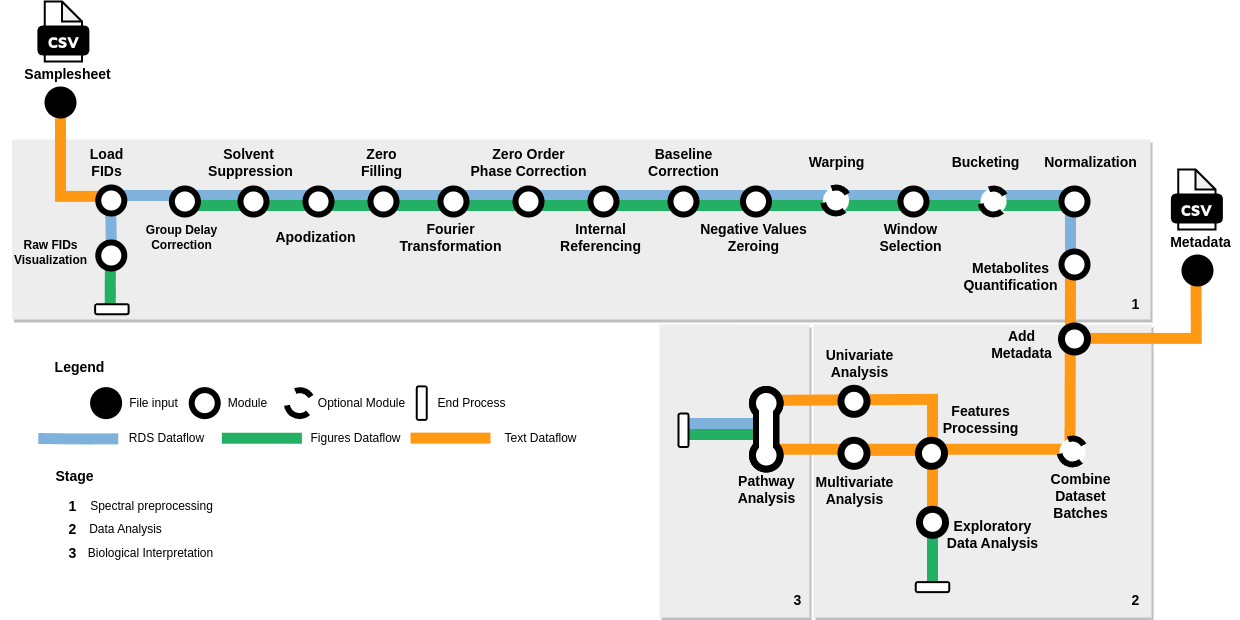
This is docs/NASQQ_Pipeline_Overview_drawio.png from ardigen/nasqq, a draw.io export, as it was before one commit. Source tidied: cells renumbered, new cells last; positions are measured from the earlier drawing's top-left corner, leaving out a move shared by most shapes.
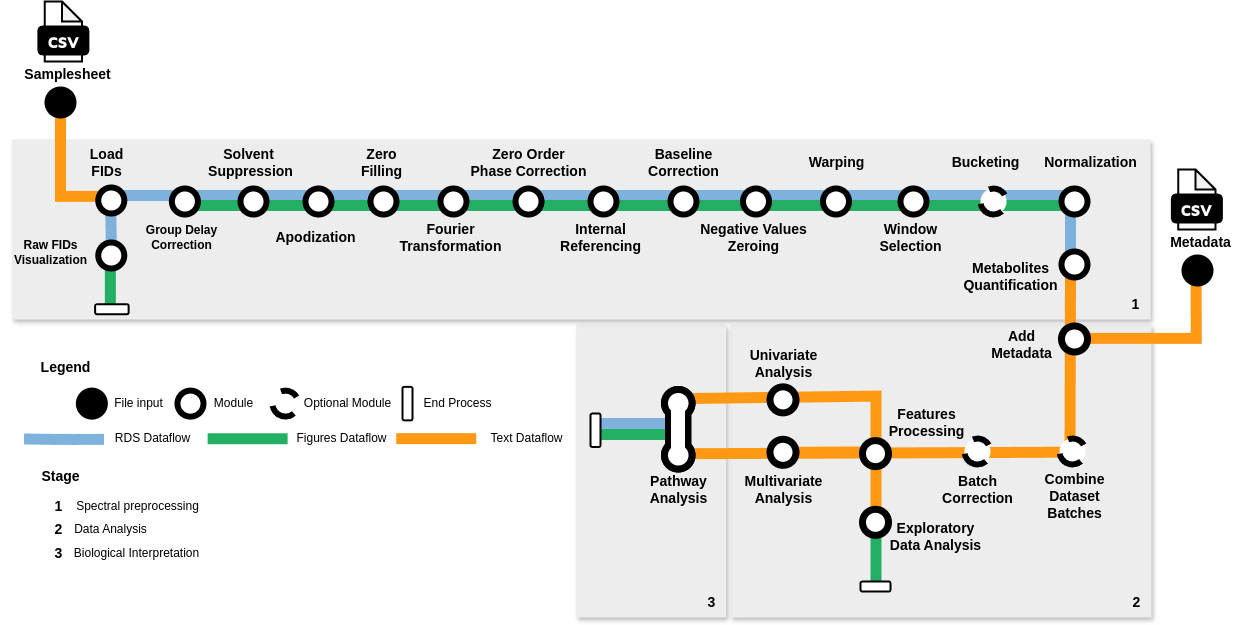
After the change.

Commit message:
Updated overview graph

Diff of the diagram source:
```diff
@@ -5,6 +5,6 @@
     <mxCell id="2" style="rounded=0;whiteSpace=wrap;html=1;strokeWidth=2;fillColor=#EDEDED;strokeColor=none;shadow=1;" parent="1" vertex="1">
-      <mxGeometry x="813" y="323" width="338" height="293" as="geometry" />
+      <mxGeometry x="730" y="323" width="421" height="293" as="geometry" />
     </mxCell>
     <mxCell id="3" style="rounded=0;whiteSpace=wrap;html=1;strokeWidth=2;fillColor=#EDEDED;strokeColor=none;shadow=1;" parent="1" vertex="1">
-      <mxGeometry x="659" y="323" width="150" height="293" as="geometry" />
+      <mxGeometry x="575.8" y="323" width="150" height="293" as="geometry" />
     </mxCell>
@@ -15,4 +15,4 @@
       <mxGeometry relative="1" as="geometry">
-        <mxPoint x="686" y="433" as="sourcePoint" />
-        <mxPoint x="777" y="433" as="targetPoint" />
+        <mxPoint x="598" y="433" as="sourcePoint" />
+        <mxPoint x="689" y="433" as="targetPoint" />
       </mxGeometry>
@@ -21,21 +21,12 @@
       <mxGeometry relative="1" as="geometry">
-        <mxPoint x="932" y="526.5" as="sourcePoint" />
-        <mxPoint x="932" y="584.8" as="targetPoint" />
+        <mxPoint x="875.5" y="525.1" as="sourcePoint" />
+        <mxPoint x="875.5" y="583.5" as="targetPoint" />
       </mxGeometry>
     </mxCell>
-    <mxCell id="7" style="endArrow=none;html=1;rounded=0;strokeWidth=11;strokeColor=#FF9914;startFill=0;endFill=0;anchorPointDirection=0;noJump=1;endSize=4;" parent="1" edge="1">
-      <mxGeometry relative="1" as="geometry">
-        <mxPoint x="932" y="440.8" as="sourcePoint" />
-        <mxPoint x="772" y="398.8" as="targetPoint" />
-        <Array as="points">
-          <mxPoint x="932" y="397.8" />
-        </Array>
-      </mxGeometry>
-    </mxCell>
     <mxCell id="8" style="endArrow=none;html=1;rounded=0;strokeWidth=11;strokeColor=#FF9914;startFill=0;endFill=0;anchorPointDirection=0;noJump=1;endSize=4;" parent="1" edge="1">
       <mxGeometry relative="1" as="geometry">
-        <mxPoint x="932" y="518.8" as="sourcePoint" />
-        <mxPoint x="864" y="448.8" as="targetPoint" />
+        <mxPoint x="875.5" y="520.4" as="sourcePoint" />
+        <mxPoint x="790" y="450.8" as="targetPoint" />
         <Array as="points">
-          <mxPoint x="932" y="448.8" />
+          <mxPoint x="875.5" y="450.4" />
         </Array>
@@ -121,2 +112,5 @@
     </mxCell>
+    <mxCell id="110" style="ellipse;whiteSpace=wrap;html=1;rounded=1;rotation=0;strokeWidth=6;direction=south;" parent="1" vertex="1">
+      <mxGeometry x="822.5" y="187" width="26" height="26" as="geometry" />
+    </mxCell>
     <mxCell id="24" style="ellipse;whiteSpace=wrap;html=1;rounded=1;rotation=0;strokeWidth=6;direction=south;" parent="1" vertex="1">
@@ -185,21 +179,15 @@
     <mxCell id="45" value="&lt;b&gt;&lt;font style=&quot;font-size: 14px;&quot; face=&quot;Maven Pro Bold (700)&quot;&gt;Features&lt;br&gt;Processing&lt;br&gt;&lt;/font&gt;&lt;/b&gt;" style="text;html=1;align=center;verticalAlign=middle;strokeColor=none;fillColor=none;" parent="1" vertex="1">
-      <mxGeometry x="930" y="393.1" width="100" height="50" as="geometry" />
+      <mxGeometry x="875.5" y="395.5" width="100" height="50" as="geometry" />
     </mxCell>
     <mxCell id="46" value="&lt;b&gt;&lt;font style=&quot;font-size: 14px;&quot; face=&quot;Maven Pro Bold (700)&quot;&gt;Exploratory &lt;br&gt;Data Analysis&lt;br&gt;&lt;/font&gt;&lt;/b&gt;" style="text;html=1;align=center;verticalAlign=middle;strokeColor=none;fillColor=none;" parent="1" vertex="1">
-      <mxGeometry x="937" y="507.8" width="110" height="50" as="geometry" />
+      <mxGeometry x="880" y="510.4" width="110" height="50" as="geometry" />
     </mxCell>
-    <mxCell id="47" style="ellipse;whiteSpace=wrap;html=1;rounded=1;rotation=0;strokeWidth=7;direction=south;perimeterSpacing=0;" parent="1" vertex="1">
-      <mxGeometry x="840.5" y="386.8" width="26" height="26" as="geometry" />
-    </mxCell>
-    <mxCell id="48" style="ellipse;whiteSpace=wrap;html=1;rounded=1;rotation=0;strokeWidth=7;direction=south;perimeterSpacing=0;" parent="1" vertex="1">
-      <mxGeometry x="919" y="507.8" width="26" height="26" as="geometry" />
-    </mxCell>
     <mxCell id="49" value="&lt;b&gt;&lt;font style=&quot;font-size: 14px;&quot; face=&quot;Maven Pro Bold (700)&quot;&gt;Multivariate&lt;br&gt;Analysis&lt;br&gt;&lt;/font&gt;&lt;/b&gt;" style="text;html=1;align=center;verticalAlign=middle;strokeColor=none;fillColor=none;" parent="1" vertex="1">
-      <mxGeometry x="803.5" y="463.8" width="100" height="50" as="geometry" />
+      <mxGeometry x="732.5" y="462.7" width="100" height="50" as="geometry" />
     </mxCell>
     <mxCell id="50" value="&lt;b&gt;&lt;font style=&quot;font-size: 14px;&quot; face=&quot;Maven Pro Bold (700)&quot;&gt;Univariate&lt;br&gt;Analysis&lt;br&gt;&lt;/font&gt;&lt;/b&gt;" style="text;html=1;align=center;verticalAlign=middle;strokeColor=none;fillColor=none;" parent="1" vertex="1">
-      <mxGeometry x="813.5" y="336.8" width="90" height="50" as="geometry" />
+      <mxGeometry x="737.5" y="337.1" width="90" height="50" as="geometry" />
     </mxCell>
     <mxCell id="51" value="&lt;b&gt;&lt;font style=&quot;font-size: 14px;&quot; face=&quot;Maven Pro Bold (700)&quot;&gt;Pathway &lt;br&gt;Analysis&lt;br&gt;&lt;/font&gt;&lt;/b&gt;" style="text;html=1;align=center;verticalAlign=middle;strokeColor=none;fillColor=none;" parent="1" vertex="1">
-      <mxGeometry x="725.8" y="463" width="80" height="50" as="geometry" />
+      <mxGeometry x="637.8" y="462.7" width="80" height="50" as="geometry" />
     </mxCell>
@@ -207,4 +195,4 @@
       <mxGeometry relative="1" as="geometry">
-        <mxPoint x="37.8" y="437" as="sourcePoint" />
-        <mxPoint x="117.8" y="437.3" as="targetPoint" />
+        <mxPoint x="23.5" y="437.5" as="sourcePoint" />
+        <mxPoint x="103.5" y="437.8" as="targetPoint" />
       </mxGeometry>
@@ -213,4 +201,4 @@
       <mxGeometry relative="1" as="geometry">
-        <mxPoint x="221.4" y="436.8" as="sourcePoint" />
-        <mxPoint x="301.4" y="436.8" as="targetPoint" />
+        <mxPoint x="207.1" y="437.3" as="sourcePoint" />
+        <mxPoint x="287.1" y="437.3" as="targetPoint" />
       </mxGeometry>
@@ -218,27 +206,27 @@
     <mxCell id="54" style="ellipse;whiteSpace=wrap;html=1;rounded=1;rotation=0;strokeWidth=6;fillColor=#000000;direction=south;" parent="1" vertex="1">
-      <mxGeometry x="92.6" y="388.6" width="26" height="26" as="geometry" />
+      <mxGeometry x="78.4" y="389.1" width="26" height="26" as="geometry" />
     </mxCell>
     <mxCell id="55" value="&lt;b&gt;&lt;font style=&quot;font-size: 14px;&quot; face=&quot;Maven Pro Bold (700)&quot;&gt;Legend&lt;/font&gt;&lt;/b&gt;" style="text;html=1;align=center;verticalAlign=middle;strokeColor=none;fillColor=none;" parent="1" vertex="1">
-      <mxGeometry x="44" y="350.5" width="70" height="30" as="geometry" />
+      <mxGeometry x="29.8" y="351" width="70" height="30" as="geometry" />
     </mxCell>
     <mxCell id="56" value="File input" style="text;html=1;align=center;verticalAlign=middle;strokeColor=none;fillColor=none;" parent="1" vertex="1">
-      <mxGeometry x="117.6" y="386.6" width="70" height="30" as="geometry" />
+      <mxGeometry x="103.4" y="387.1" width="70" height="30" as="geometry" />
     </mxCell>
     <mxCell id="57" value="End Process" style="text;html=1;align=center;verticalAlign=middle;strokeColor=none;fillColor=none;" parent="1" vertex="1">
-      <mxGeometry x="426.2" y="386.6" width="90" height="30" as="geometry" />
+      <mxGeometry x="412" y="387.1" width="90" height="30" as="geometry" />
     </mxCell>
     <mxCell id="58" value="RDS Dataflow" style="text;html=1;align=center;verticalAlign=middle;strokeColor=none;fillColor=none;" parent="1" vertex="1">
-      <mxGeometry x="116.4" y="422" width="100" height="30" as="geometry" />
+      <mxGeometry x="102.1" y="422.5" width="100" height="30" as="geometry" />
     </mxCell>
     <mxCell id="59" value="Figures Dataflow" style="text;html=1;align=center;verticalAlign=middle;strokeColor=none;fillColor=none;" parent="1" vertex="1">
-      <mxGeometry x="300" y="422" width="110" height="30" as="geometry" />
+      <mxGeometry x="285.8" y="422.5" width="110" height="30" as="geometry" />
     </mxCell>
     <mxCell id="60" value="Text Dataflow" style="text;html=1;align=center;verticalAlign=middle;strokeColor=none;fillColor=none;" parent="1" vertex="1">
-      <mxGeometry x="490" y="422" width="100" height="30" as="geometry" />
+      <mxGeometry x="475.8" y="422.5" width="100" height="30" as="geometry" />
     </mxCell>
     <mxCell id="61" style="ellipse;whiteSpace=wrap;html=1;rounded=1;rotation=0;strokeWidth=6;direction=south;" parent="1" vertex="1">
-      <mxGeometry x="191.2" y="388.6" width="26" height="26" as="geometry" />
+      <mxGeometry x="177" y="389.1" width="26" height="26" as="geometry" />
     </mxCell>
     <mxCell id="62" value="Module" style="text;html=1;align=center;verticalAlign=middle;strokeColor=none;fillColor=none;" parent="1" vertex="1">
-      <mxGeometry x="217.2" y="386.6" width="60" height="30" as="geometry" />
+      <mxGeometry x="203" y="387.1" width="60" height="30" as="geometry" />
     </mxCell>
@@ -263,6 +251,6 @@
     <mxCell id="67" style="ellipse;whiteSpace=wrap;html=1;rounded=1;rotation=0;strokeWidth=6;direction=south;fixDash=0;dashed=1;" parent="1" vertex="1">
-      <mxGeometry x="286.2" y="388.6" width="26" height="26" as="geometry" />
+      <mxGeometry x="272" y="389.1" width="26" height="26" as="geometry" />
     </mxCell>
     <mxCell id="68" value="Optional Module" style="text;html=1;align=center;verticalAlign=middle;strokeColor=none;fillColor=none;" parent="1" vertex="1">
-      <mxGeometry x="306.2" y="386.6" width="110" height="30" as="geometry" />
+      <mxGeometry x="292" y="387.1" width="110" height="30" as="geometry" />
     </mxCell>
@@ -276,4 +264,4 @@
       <mxGeometry relative="1" as="geometry">
-        <mxPoint x="410" y="436.6" as="sourcePoint" />
-        <mxPoint x="490" y="436.6" as="targetPoint" />
+        <mxPoint x="395.8" y="437.1" as="sourcePoint" />
+        <mxPoint x="475.8" y="437.1" as="targetPoint" />
       </mxGeometry>
@@ -293,16 +281,16 @@
     <mxCell id="76" value="&lt;b&gt;&lt;font style=&quot;font-size: 14px;&quot; face=&quot;Maven Pro Bold (700)&quot;&gt;Combine &lt;br&gt;Dataset&lt;br&gt;Batches&lt;br&gt;&lt;/font&gt;&lt;/b&gt;" style="text;html=1;align=center;verticalAlign=middle;strokeColor=none;fillColor=none;" parent="1" vertex="1">
-      <mxGeometry x="1040" y="464.8" width="80" height="60" as="geometry" />
+      <mxGeometry x="1034" y="465.1" width="80" height="60" as="geometry" />
     </mxCell>
     <mxCell id="77" style="rounded=1;whiteSpace=wrap;html=1;strokeWidth=2;rotation=-90;" parent="1" vertex="1">
-      <mxGeometry x="927" y="568.8" width="10" height="33.5" as="geometry" />
+      <mxGeometry x="870" y="570" width="10" height="30" as="geometry" />
     </mxCell>
     <mxCell id="78" style="rounded=1;whiteSpace=wrap;html=1;strokeWidth=2;rotation=-180;" parent="1" vertex="1">
-      <mxGeometry x="416.2" y="384.9" width="10" height="33.5" as="geometry" />
+      <mxGeometry x="402" y="385.4" width="10" height="33.5" as="geometry" />
     </mxCell>
-    <mxCell id="79" style="endArrow=none;html=1;rounded=0;strokeWidth=11;strokeColor=#FF9914;startFill=0;endFill=0;anchorPointDirection=0;noJump=1;endSize=4;" parent="1" edge="1">
+    <mxCell id="79" style="endArrow=none;html=1;rounded=0;strokeWidth=11;strokeColor=#FF9914;startFill=0;endFill=0;anchorPointDirection=0;noJump=1;endSize=4;exitX=0.96;exitY=0.335;exitDx=0;exitDy=0;exitPerimeter=0;" parent="1" edge="1">
       <mxGeometry relative="1" as="geometry">
-        <mxPoint x="779.5" y="447.7" as="sourcePoint" />
-        <mxPoint x="1070" y="268" as="targetPoint" />
+        <mxPoint x="690.4" y="452.2" as="sourcePoint" />
+        <mxPoint x="1070" y="271" as="targetPoint" />
         <Array as="points">
-          <mxPoint x="1069.5" y="447.7" />
+          <mxPoint x="1069.5" y="450.7" />
         </Array>
@@ -319,10 +307,51 @@
     </mxCell>
-    <mxCell id="83" style="ellipse;whiteSpace=wrap;html=1;rounded=1;rotation=0;strokeWidth=7;direction=south;perimeterSpacing=0;" parent="1" vertex="1">
-      <mxGeometry x="918" y="438.8" width="26" height="26" as="geometry" />
-    </mxCell>
     <mxCell id="84" style="ellipse;whiteSpace=wrap;html=1;rounded=1;rotation=0;strokeWidth=7;direction=south;perimeterSpacing=0;" parent="1" vertex="1">
-      <mxGeometry x="840.5" y="438.8" width="26" height="26" as="geometry" />
+      <mxGeometry x="769.5" y="437.8" width="26" height="26" as="geometry" />
     </mxCell>
+    <mxCell id="99" value="&lt;b&gt;&lt;font style=&quot;font-size: 14px;&quot; face=&quot;Maven Pro Bold (700)&quot;&gt;2&lt;br&gt;&lt;/font&gt;&lt;/b&gt;" style="text;html=1;align=center;verticalAlign=middle;strokeColor=none;fillColor=none;" parent="1" vertex="1">
+      <mxGeometry x="1121" y="586" width="30" height="30" as="geometry" />
+    </mxCell>
+    <mxCell id="100" value="&lt;b&gt;&lt;font style=&quot;font-size: 14px;&quot; face=&quot;Maven Pro Bold (700)&quot;&gt;3&lt;br&gt;&lt;/font&gt;&lt;/b&gt;" style="text;html=1;align=center;verticalAlign=middle;strokeColor=none;fillColor=none;" parent="1" vertex="1">
+      <mxGeometry x="695.8" y="586" width="30" height="30" as="geometry" />
+    </mxCell>
+    <mxCell id="101" value="&lt;b&gt;&lt;font style=&quot;font-size: 14px;&quot; face=&quot;Maven Pro Bold (700)&quot;&gt;1&lt;br&gt;&lt;/font&gt;&lt;/b&gt;" style="text;html=1;align=center;verticalAlign=middle;strokeColor=none;fillColor=none;" parent="1" vertex="1">
+      <mxGeometry x="1120" y="288" width="30" height="30" as="geometry" />
+    </mxCell>
+    <mxCell id="102" value="&lt;b&gt;&lt;font style=&quot;font-size: 14px;&quot; face=&quot;Maven Pro Bold (700)&quot;&gt;Stage&lt;/font&gt;&lt;/b&gt;" style="text;html=1;align=center;verticalAlign=middle;strokeColor=none;fillColor=none;" parent="1" vertex="1">
+      <mxGeometry x="29.8" y="460.4" width="60" height="30" as="geometry" />
+    </mxCell>
+    <mxCell id="103" value="&lt;b&gt;&lt;font style=&quot;font-size: 14px;&quot; face=&quot;Maven Pro Bold (700)&quot;&gt;1&lt;br&gt;&lt;/font&gt;&lt;/b&gt;" style="text;html=1;align=center;verticalAlign=middle;strokeColor=none;fillColor=none;" parent="1" vertex="1">
+      <mxGeometry x="42.6" y="490.4" width="30" height="30" as="geometry" />
+    </mxCell>
+    <mxCell id="104" value="&lt;b&gt;&lt;font style=&quot;font-size: 14px;&quot; face=&quot;Maven Pro Bold (700)&quot;&gt;2&lt;br&gt;&lt;/font&gt;&lt;/b&gt;" style="text;html=1;align=center;verticalAlign=middle;strokeColor=none;fillColor=none;" parent="1" vertex="1">
+      <mxGeometry x="42.6" y="513.2" width="30" height="30" as="geometry" />
+    </mxCell>
+    <mxCell id="105" value="&lt;b&gt;&lt;font style=&quot;font-size: 14px;&quot; face=&quot;Maven Pro Bold (700)&quot;&gt;3&lt;br&gt;&lt;/font&gt;&lt;/b&gt;" style="text;html=1;align=center;verticalAlign=middle;strokeColor=none;fillColor=none;" parent="1" vertex="1">
+      <mxGeometry x="42.6" y="537.2" width="30" height="30" as="geometry" />
+    </mxCell>
+    <mxCell id="106" value="Spectral preprocessing" style="text;html=1;align=center;verticalAlign=middle;strokeColor=none;fillColor=none;" parent="1" vertex="1">
+      <mxGeometry x="62.1" y="490.4" width="150" height="30" as="geometry" />
+    </mxCell>
+    <mxCell id="107" value="Data Analysis" style="text;html=1;align=center;verticalAlign=middle;strokeColor=none;fillColor=none;" parent="1" vertex="1">
+      <mxGeometry x="60.4" y="513.2" width="100" height="30" as="geometry" />
+    </mxCell>
+    <mxCell id="108" value="Biological Interpretation" style="text;html=1;align=center;verticalAlign=middle;strokeColor=none;fillColor=none;" parent="1" vertex="1">
+      <mxGeometry x="61" y="537.2" width="150" height="30" as="geometry" />
+    </mxCell>
+    <mxCell id="111" value="&lt;b&gt;&lt;font style=&quot;font-size: 14px;&quot; face=&quot;Maven Pro Bold (700)&quot;&gt;Batch&lt;br&gt;Correction&lt;/font&gt;&lt;/b&gt;" style="text;html=1;align=center;verticalAlign=middle;strokeColor=none;fillColor=none;" parent="1" vertex="1">
+      <mxGeometry x="932" y="462.7" width="90" height="50" as="geometry" />
+    </mxCell>
+    <mxCell id="112" style="ellipse;whiteSpace=wrap;html=1;rounded=1;rotation=0;strokeWidth=6;direction=south;fixDash=0;dashed=1;" parent="1" vertex="1">
+      <mxGeometry x="964" y="437" width="26" height="26" as="geometry" />
+    </mxCell>
+    <mxCell id="113" style="endArrow=none;html=1;rounded=0;strokeWidth=11;strokeColor=#FF9914;startFill=0;endFill=0;anchorPointDirection=0;noJump=1;endSize=4;entryX=0.945;entryY=0.327;entryDx=0;entryDy=0;entryPerimeter=0;" parent="1" edge="1" target="93">
+      <mxGeometry relative="1" as="geometry">
+        <mxPoint x="875.5" y="464.6" as="sourcePoint" />
+        <Array as="points">
+          <mxPoint x="875.5" y="394.6" />
+        </Array>
+      </mxGeometry>
+    </mxCell>
     <mxCell id="85" style="group;strokeWidth=7;" parent="1" vertex="1">
-      <mxGeometry x="752" y="388" width="27.5" height="104" as="geometry" />
+      <mxGeometry x="664" y="388" width="27.5" height="104" as="geometry" />
     </mxCell>
@@ -367,38 +396,14 @@
     </mxCell>
+    <mxCell id="83" style="ellipse;whiteSpace=wrap;html=1;rounded=1;rotation=0;strokeWidth=7;direction=south;perimeterSpacing=0;" parent="1" vertex="1">
+      <mxGeometry x="862" y="439.1" width="26" height="26" as="geometry" />
+    </mxCell>
     <mxCell id="98" style="rounded=1;whiteSpace=wrap;html=1;strokeWidth=2;rotation=-180;" parent="1" vertex="1">
-      <mxGeometry x="678" y="412" width="10" height="33.5" as="geometry" />
+      <mxGeometry x="590" y="412" width="10" height="33.5" as="geometry" />
     </mxCell>
-    <mxCell id="99" value="&lt;b&gt;&lt;font style=&quot;font-size: 14px;&quot; face=&quot;Maven Pro Bold (700)&quot;&gt;2&lt;br&gt;&lt;/font&gt;&lt;/b&gt;" style="text;html=1;align=center;verticalAlign=middle;strokeColor=none;fillColor=none;" parent="1" vertex="1">
-      <mxGeometry x="1120" y="583.5" width="30" height="30" as="geometry" />
-    </mxCell>
-    <mxCell id="100" value="&lt;b&gt;&lt;font style=&quot;font-size: 14px;&quot; face=&quot;Maven Pro Bold (700)&quot;&gt;3&lt;br&gt;&lt;/font&gt;&lt;/b&gt;" style="text;html=1;align=center;verticalAlign=middle;strokeColor=none;fillColor=none;" parent="1" vertex="1">
-      <mxGeometry x="782" y="583.5" width="30" height="30" as="geometry" />
-    </mxCell>
-    <mxCell id="101" value="&lt;b&gt;&lt;font style=&quot;font-size: 14px;&quot; face=&quot;Maven Pro Bold (700)&quot;&gt;1&lt;br&gt;&lt;/font&gt;&lt;/b&gt;" style="text;html=1;align=center;verticalAlign=middle;strokeColor=none;fillColor=none;" parent="1" vertex="1">
-      <mxGeometry x="1120" y="288" width="30" height="30" as="geometry" />
-    </mxCell>
-    <mxCell id="102" value="&lt;b&gt;&lt;font style=&quot;font-size: 14px;&quot; face=&quot;Maven Pro Bold (700)&quot;&gt;Stage&lt;/font&gt;&lt;/b&gt;" style="text;html=1;align=center;verticalAlign=middle;strokeColor=none;fillColor=none;" parent="1" vertex="1">
-      <mxGeometry x="44" y="459.9" width="60" height="30" as="geometry" />
-    </mxCell>
-    <mxCell id="103" value="&lt;b&gt;&lt;font style=&quot;font-size: 14px;&quot; face=&quot;Maven Pro Bold (700)&quot;&gt;1&lt;br&gt;&lt;/font&gt;&lt;/b&gt;" style="text;html=1;align=center;verticalAlign=middle;strokeColor=none;fillColor=none;" parent="1" vertex="1">
-      <mxGeometry x="56.9" y="489.9" width="30" height="30" as="geometry" />
-    </mxCell>
-    <mxCell id="104" value="&lt;b&gt;&lt;font style=&quot;font-size: 14px;&quot; face=&quot;Maven Pro Bold (700)&quot;&gt;2&lt;br&gt;&lt;/font&gt;&lt;/b&gt;" style="text;html=1;align=center;verticalAlign=middle;strokeColor=none;fillColor=none;" parent="1" vertex="1">
-      <mxGeometry x="56.9" y="512.7" width="30" height="30" as="geometry" />
-    </mxCell>
-    <mxCell id="105" value="&lt;b&gt;&lt;font style=&quot;font-size: 14px;&quot; face=&quot;Maven Pro Bold (700)&quot;&gt;3&lt;br&gt;&lt;/font&gt;&lt;/b&gt;" style="text;html=1;align=center;verticalAlign=middle;strokeColor=none;fillColor=none;" parent="1" vertex="1">
-      <mxGeometry x="56.9" y="536.7" width="30" height="30" as="geometry" />
-    </mxCell>
-    <mxCell id="106" value="Spectral preprocessing" style="text;html=1;align=center;verticalAlign=middle;strokeColor=none;fillColor=none;" parent="1" vertex="1">
-      <mxGeometry x="76.4" y="489.9" width="150" height="30" as="geometry" />
-    </mxCell>
-    <mxCell id="107" value="Data Analysis" style="text;html=1;align=center;verticalAlign=middle;strokeColor=none;fillColor=none;" parent="1" vertex="1">
-      <mxGeometry x="74.7" y="512.7" width="100" height="30" as="geometry" />
-    </mxCell>
-    <mxCell id="108" value="Biological Interpretation" style="text;html=1;align=center;verticalAlign=middle;strokeColor=none;fillColor=none;" parent="1" vertex="1">
-      <mxGeometry x="75.3" y="536.7" width="150" height="30" as="geometry" />
-    </mxCell>
-    <mxCell id="109" style="ellipse;whiteSpace=wrap;html=1;rounded=1;rotation=0;strokeWidth=6;direction=south;fixDash=0;dashed=1;" parent="1" vertex="1">
-      <mxGeometry x="822.5" y="186" width="26" height="26" as="geometry" />
-    </mxCell>
+    <mxCell id="114" style="ellipse;whiteSpace=wrap;html=1;rounded=1;rotation=0;strokeWidth=7;direction=south;perimeterSpacing=0;" parent="1" vertex="1">
+      <mxGeometry x="862" y="507.8" width="26" height="26" as="geometry" />
+    </mxCell>
+    <mxCell id="115" style="ellipse;whiteSpace=wrap;html=1;rounded=1;rotation=0;strokeWidth=7;direction=south;perimeterSpacing=0;" parent="1" vertex="1">
+      <mxGeometry x="769.5" y="385.4" width="26" height="26" as="geometry" />
+    </mxCell>
   </root>
```
